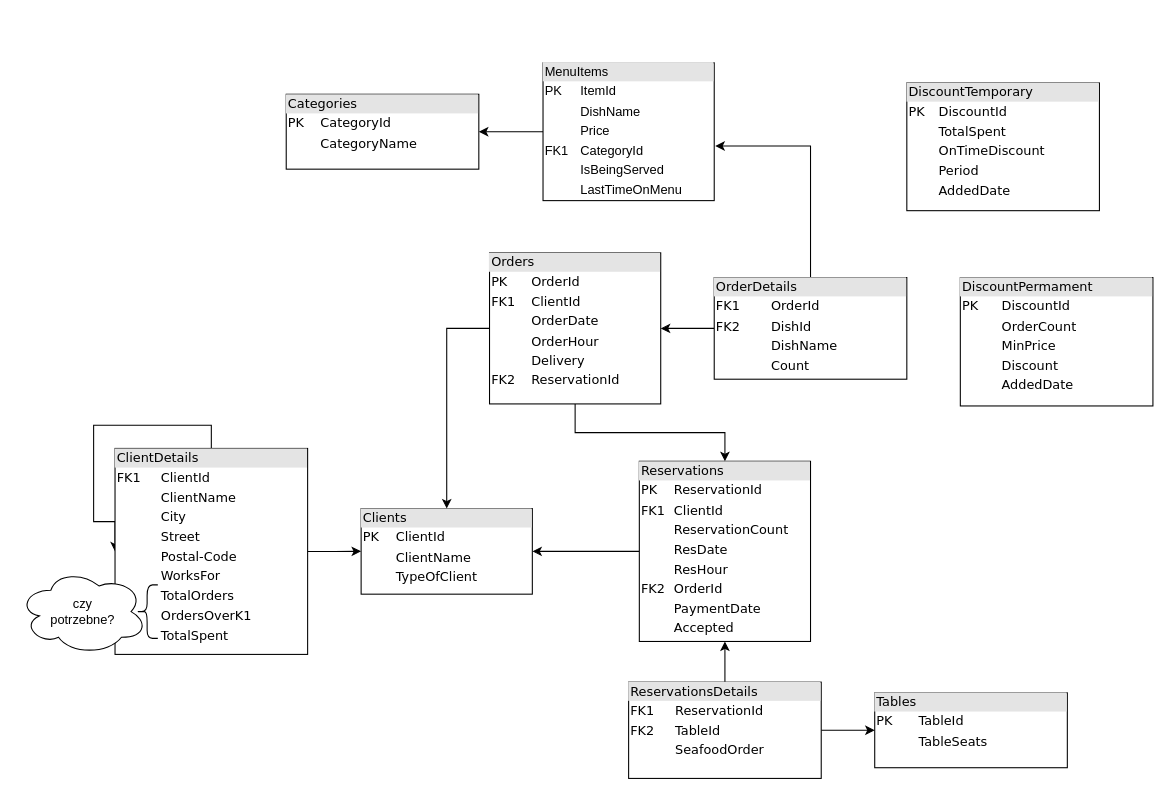
Before: DataBaseSchema.drawio in mczajor/DataBases, a draw.io diagram. Source tidied: cells renumbered, new cells numbered last; positions are measured from the earlier drawing's top-left corner, leaving out a move shared by most shapes. Both pictures are drawn from the tidied source at 107%, with x=0, y=0 at pixel (18, 62).
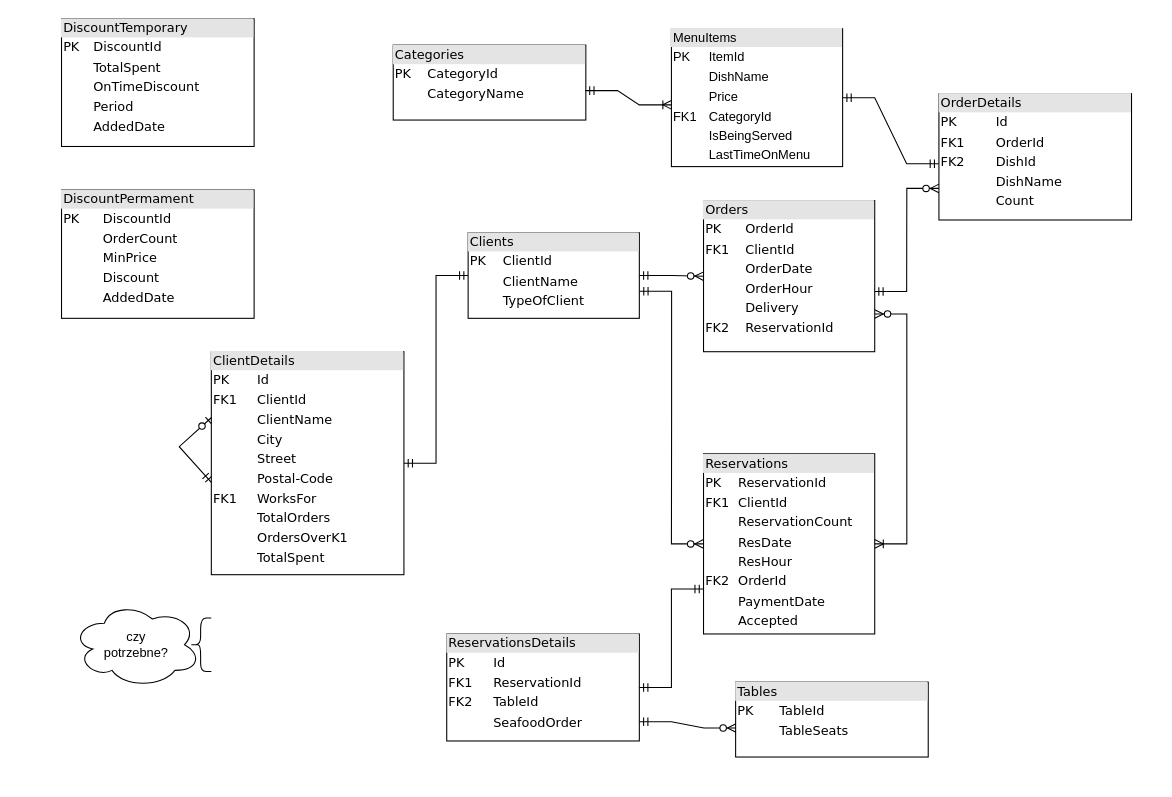
After the change.

What changed in the source:
```diff
@@
-    <mxCell id="2" style="edgeStyle=orthogonalEdgeStyle;rounded=0;jettySize=auto;html=1;entryX=1;entryY=0.5;entryDx=0;entryDy=0;" parent="1" edge="1" source="3" target="4">
-      <mxGeometry relative="1" as="geometry" />
-    </mxCell>
     <mxCell id="3" value="&lt;div style=&quot;box-sizing: border-box ; width: 100% ; background: #e4e4e4 ; padding: 2px&quot;&gt;Reservations&lt;br&gt;&lt;/div&gt;&lt;table style=&quot;width: 100% ; font-size: 1em&quot; cellspacing=&quot;0&quot; cellpadding=&quot;2&quot;&gt;&lt;tbody&gt;&lt;tr&gt;&lt;td&gt;PK&lt;br&gt;&lt;/td&gt;&lt;td&gt;ReservationId&lt;br&gt;&lt;/td&gt;&lt;/tr&gt;&lt;tr&gt;&lt;td&gt;FK1&lt;br&gt;&lt;/td&gt;&lt;td&gt;ClientId&lt;br&gt;&lt;/td&gt;&lt;/tr&gt;&lt;tr&gt;&lt;td&gt;&lt;br&gt;&lt;/td&gt;&lt;td&gt;ReservationCount&lt;br&gt;&lt;/td&gt;&lt;/tr&gt;&lt;tr&gt;&lt;td&gt;&lt;br&gt;&lt;/td&gt;&lt;td&gt;ResDate&lt;br&gt;&lt;/td&gt;&lt;/tr&gt;&lt;tr&gt;&lt;td&gt;&lt;br&gt;&lt;/td&gt;&lt;td&gt;ResHour&lt;br&gt;&lt;/td&gt;&lt;/tr&gt;&lt;tr&gt;&lt;td&gt;FK2&lt;br&gt;&lt;/td&gt;&lt;td&gt;OrderId&lt;br&gt;&lt;/td&gt;&lt;/tr&gt;&lt;tr&gt;&lt;td&gt;&lt;br&gt;&lt;/td&gt;&lt;td&gt;PaymentDate&lt;br&gt;&lt;/td&gt;&lt;/tr&gt;&lt;tr&gt;&lt;td&gt;&lt;br&gt;&lt;/td&gt;&lt;td&gt;Accepted&lt;br&gt;&lt;/td&gt;&lt;/tr&gt;&lt;/tbody&gt;&lt;/table&gt;" style="verticalAlign=top;align=left;overflow=fill;html=1;rounded=0;shadow=0;comic=0;labelBackgroundColor=none;strokeWidth=1;fontFamily=Verdana;fontSize=12;" parent="1" vertex="1">
-      <mxGeometry x="580" y="372.6" width="160" height="168.4" as="geometry" />
+      <mxGeometry x="640" y="365.6" width="160" height="168.4" as="geometry" />
     </mxCell>
     <mxCell id="4" value="&lt;div style=&quot;box-sizing: border-box ; width: 100% ; background: #e4e4e4 ; padding: 2px&quot;&gt;Clients&lt;/div&gt;&lt;table style=&quot;width: 100% ; font-size: 1em&quot; cellspacing=&quot;0&quot; cellpadding=&quot;2&quot;&gt;&lt;tbody&gt;&lt;tr&gt;&lt;td&gt;PK&lt;br&gt;&lt;/td&gt;&lt;td&gt;ClientId&lt;/td&gt;&lt;/tr&gt;&lt;tr&gt;&lt;td&gt;&lt;br&gt;&lt;/td&gt;&lt;td&gt;ClientName&lt;/td&gt;&lt;/tr&gt;&lt;tr&gt;&lt;td&gt;&lt;/td&gt;&lt;td&gt;TypeOfClient&lt;br&gt;&lt;/td&gt;&lt;/tr&gt;&lt;/tbody&gt;&lt;/table&gt;" style="verticalAlign=top;align=left;overflow=fill;html=1;rounded=0;shadow=0;comic=0;labelBackgroundColor=none;strokeWidth=1;fontFamily=Verdana;fontSize=12;" parent="1" vertex="1">
-      <mxGeometry x="320" y="416.8" width="160" height="80" as="geometry" />
+      <mxGeometry x="420" y="159" width="160" height="80" as="geometry" />
     </mxCell>
-    <mxCell id="5" style="edgeStyle=orthogonalEdgeStyle;rounded=0;jettySize=auto;html=1;entryX=0;entryY=0.5;entryDx=0;entryDy=0;" parent="1" edge="1" source="7" target="4">
-      <mxGeometry relative="1" as="geometry" />
-    </mxCell>
-    <mxCell id="6" style="edgeStyle=orthogonalEdgeStyle;rounded=0;orthogonalLoop=1;jettySize=auto;html=1;entryX=0;entryY=0.5;entryDx=0;entryDy=0;entryPerimeter=0;" parent="1" edge="1" source="7" target="7">
-      <mxGeometry relative="1" as="geometry">
-        <Array as="points">
-          <mxPoint x="180" y="339" />
-          <mxPoint x="70" y="339" />
-          <mxPoint x="70" y="429" />
-          <mxPoint x="90" y="429" />
-        </Array>
-      </mxGeometry>
-    </mxCell>
-    <mxCell id="7" value="&lt;div style=&quot;box-sizing: border-box ; width: 100% ; background: #e4e4e4 ; padding: 2px&quot;&gt;ClientDetails&lt;/div&gt;&lt;table style=&quot;width: 100% ; font-size: 1em&quot; cellspacing=&quot;0&quot; cellpadding=&quot;2&quot;&gt;&lt;tbody&gt;&lt;tr&gt;&lt;td&gt;FK1&lt;br&gt;&lt;/td&gt;&lt;td&gt;ClientId&lt;/td&gt;&lt;/tr&gt;&lt;tr&gt;&lt;td&gt;&lt;br&gt;&lt;/td&gt;&lt;td&gt;ClientName&lt;/td&gt;&lt;/tr&gt;&lt;tr&gt;&lt;td&gt;&lt;/td&gt;&lt;td&gt;City&lt;br&gt;&lt;/td&gt;&lt;/tr&gt;&lt;tr&gt;&lt;td&gt;&lt;br&gt;&lt;/td&gt;&lt;td&gt;Street&lt;br&gt;&lt;/td&gt;&lt;/tr&gt;&lt;tr&gt;&lt;td&gt;&lt;br&gt;&lt;/td&gt;&lt;td&gt;Postal-Code&lt;br&gt;&lt;/td&gt;&lt;/tr&gt;&lt;tr&gt;&lt;td&gt;&lt;br&gt;&lt;/td&gt;&lt;td&gt;WorksFor&lt;br&gt;&lt;/td&gt;&lt;/tr&gt;&lt;tr&gt;&lt;td&gt;&lt;br&gt;&lt;/td&gt;&lt;td&gt;TotalOrders&lt;br&gt;&lt;/td&gt;&lt;/tr&gt;&lt;tr&gt;&lt;td&gt;&lt;br&gt;&lt;/td&gt;&lt;td&gt;OrdersOverK1&lt;br&gt;&lt;/td&gt;&lt;/tr&gt;&lt;tr&gt;&lt;td&gt;&lt;br&gt;&lt;/td&gt;&lt;td&gt;TotalSpent&lt;br&gt;&lt;/td&gt;&lt;/tr&gt;&lt;/tbody&gt;&lt;/table&gt;" style="verticalAlign=top;align=left;overflow=fill;html=1;rounded=0;shadow=0;comic=0;labelBackgroundColor=none;strokeWidth=1;fontFamily=Verdana;fontSize=12;" parent="1" vertex="1">
-      <mxGeometry x="90" y="360.6" width="180" height="192.5" as="geometry" />
+    <mxCell id="7" value="&lt;div style=&quot;box-sizing: border-box ; width: 100% ; background: #e4e4e4 ; padding: 2px&quot;&gt;ClientDetails&lt;/div&gt;&lt;table style=&quot;width: 100% ; font-size: 1em&quot; cellspacing=&quot;0&quot; cellpadding=&quot;2&quot;&gt;&lt;tbody&gt;&lt;tr&gt;&lt;td&gt;PK&lt;br&gt;&lt;/td&gt;&lt;td&gt;Id&lt;br&gt;&lt;/td&gt;&lt;/tr&gt;&lt;tr&gt;&lt;td&gt;FK1&lt;br&gt;&lt;/td&gt;&lt;td&gt;ClientId&lt;/td&gt;&lt;/tr&gt;&lt;tr&gt;&lt;td&gt;&lt;br&gt;&lt;/td&gt;&lt;td&gt;ClientName&lt;/td&gt;&lt;/tr&gt;&lt;tr&gt;&lt;td&gt;&lt;/td&gt;&lt;td&gt;City&lt;br&gt;&lt;/td&gt;&lt;/tr&gt;&lt;tr&gt;&lt;td&gt;&lt;br&gt;&lt;/td&gt;&lt;td&gt;Street&lt;br&gt;&lt;/td&gt;&lt;/tr&gt;&lt;tr&gt;&lt;td&gt;&lt;br&gt;&lt;/td&gt;&lt;td&gt;Postal-Code&lt;br&gt;&lt;/td&gt;&lt;/tr&gt;&lt;tr&gt;&lt;td&gt;FK1&lt;br&gt;&lt;/td&gt;&lt;td&gt;WorksFor&lt;br&gt;&lt;/td&gt;&lt;/tr&gt;&lt;tr&gt;&lt;td&gt;&lt;br&gt;&lt;/td&gt;&lt;td&gt;TotalOrders&lt;br&gt;&lt;/td&gt;&lt;/tr&gt;&lt;tr&gt;&lt;td&gt;&lt;br&gt;&lt;/td&gt;&lt;td&gt;OrdersOverK1&lt;br&gt;&lt;/td&gt;&lt;/tr&gt;&lt;tr&gt;&lt;td&gt;&lt;br&gt;&lt;/td&gt;&lt;td&gt;TotalSpent&lt;br&gt;&lt;/td&gt;&lt;/tr&gt;&lt;/tbody&gt;&lt;/table&gt;" style="verticalAlign=top;align=left;overflow=fill;html=1;rounded=0;shadow=0;comic=0;labelBackgroundColor=none;strokeWidth=1;fontFamily=Verdana;fontSize=12;" parent="1" vertex="1">
+      <mxGeometry x="180" y="270.2" width="180" height="208.4" as="geometry" />
     </mxCell>
-    <mxCell id="8" style="edgeStyle=orthogonalEdgeStyle;rounded=0;jettySize=auto;html=1;exitX=0;exitY=0.5;exitDx=0;exitDy=0;" parent="1" edge="1" source="10" target="4">
-      <mxGeometry relative="1" as="geometry" />
-    </mxCell>
-    <mxCell id="9" style="edgeStyle=orthogonalEdgeStyle;rounded=0;jettySize=auto;html=1;" parent="1" edge="1" source="10" target="3">
-      <mxGeometry relative="1" as="geometry" />
-    </mxCell>
     <mxCell id="10" value="&lt;div style=&quot;box-sizing: border-box ; width: 100% ; background: #e4e4e4 ; padding: 2px&quot;&gt;Orders&lt;/div&gt;&lt;table style=&quot;width: 100% ; font-size: 1em&quot; cellspacing=&quot;0&quot; cellpadding=&quot;2&quot;&gt;&lt;tbody&gt;&lt;tr&gt;&lt;td&gt;PK&lt;br&gt;&lt;/td&gt;&lt;td&gt;OrderId&lt;br&gt;&lt;/td&gt;&lt;/tr&gt;&lt;tr&gt;&lt;td&gt;FK1&lt;br&gt;&lt;/td&gt;&lt;td&gt;ClientId&lt;br&gt;&lt;/td&gt;&lt;/tr&gt;&lt;tr&gt;&lt;td&gt;&lt;br&gt;&lt;/td&gt;&lt;td&gt;OrderDate&lt;br&gt;&lt;/td&gt;&lt;/tr&gt;&lt;tr&gt;&lt;td&gt;&lt;br&gt;&lt;/td&gt;&lt;td&gt;OrderHour&lt;br&gt;&lt;/td&gt;&lt;/tr&gt;&lt;tr&gt;&lt;td&gt;&lt;br&gt;&lt;/td&gt;&lt;td&gt;Delivery&lt;br&gt;&lt;/td&gt;&lt;/tr&gt;&lt;tr&gt;&lt;td&gt;FK2&lt;br&gt;&lt;/td&gt;&lt;td&gt;ReservationId&lt;br&gt;&lt;/td&gt;&lt;/tr&gt;&lt;/tbody&gt;&lt;/table&gt;" style="verticalAlign=top;align=left;overflow=fill;html=1;rounded=0;shadow=0;comic=0;labelBackgroundColor=none;strokeWidth=1;fontFamily=Verdana;fontSize=12;" parent="1" vertex="1">
-      <mxGeometry x="440" y="177.8" width="160" height="141.2" as="geometry" />
+      <mxGeometry x="640" y="129" width="160" height="141.2" as="geometry" />
     </mxCell>
     <mxCell id="11" value="&lt;div style=&quot;box-sizing:border-box;width:100%;background:#e4e4e4;padding:2px;&quot;&gt;Categories&lt;/div&gt;&lt;table style=&quot;width:100%;font-size:1em;&quot; cellspacing=&quot;0&quot; cellpadding=&quot;2&quot;&gt;&lt;tbody&gt;&lt;tr&gt;&lt;td&gt;PK&lt;br&gt;&lt;/td&gt;&lt;td&gt;CategoryId&lt;/td&gt;&lt;/tr&gt;&lt;tr&gt;&lt;td&gt;&lt;br&gt;&lt;/td&gt;&lt;td&gt;CategoryName&lt;/td&gt;&lt;/tr&gt;&lt;/tbody&gt;&lt;/table&gt;" style="verticalAlign=top;align=left;overflow=fill;html=1;rounded=0;shadow=0;comic=0;labelBackgroundColor=none;strokeWidth=1;fontFamily=Verdana;fontSize=12;" parent="1" vertex="1">
-      <mxGeometry x="250" y="29.6" width="180" height="70" as="geometry" />
+      <mxGeometry x="350" y="-16.3" width="180" height="70" as="geometry" />
     </mxCell>
-    <mxCell id="12" style="edgeStyle=orthogonalEdgeStyle;rounded=0;jettySize=auto;html=1;entryX=1;entryY=0.5;entryDx=0;entryDy=0;" parent="1" edge="1" source="14" target="10">
-      <mxGeometry relative="1" as="geometry" />
-    </mxCell>
-    <mxCell id="13" style="edgeStyle=orthogonalEdgeStyle;rounded=0;jettySize=auto;html=1;entryX=1.006;entryY=0.604;entryDx=0;entryDy=0;entryPerimeter=0;" parent="1" edge="1" source="14" target="20">
-      <mxGeometry relative="1" as="geometry" />
-    </mxCell>
-    <mxCell id="14" value="&lt;div style=&quot;box-sizing: border-box ; width: 100% ; background: #e4e4e4 ; padding: 2px&quot;&gt;OrderDetails&lt;/div&gt;&lt;table style=&quot;width: 100% ; font-size: 1em&quot; cellspacing=&quot;0&quot; cellpadding=&quot;2&quot;&gt;&lt;tbody&gt;&lt;tr&gt;&lt;td&gt;FK1&lt;br&gt;&lt;/td&gt;&lt;td&gt;OrderId&lt;br&gt;&lt;/td&gt;&lt;/tr&gt;&lt;tr&gt;&lt;td&gt;FK2&lt;br&gt;&lt;/td&gt;&lt;td&gt;DishId&lt;/td&gt;&lt;/tr&gt;&lt;tr&gt;&lt;td&gt;&lt;br&gt;&lt;/td&gt;&lt;td&gt;DishName&lt;br&gt;&lt;/td&gt;&lt;/tr&gt;&lt;tr&gt;&lt;td&gt;&lt;/td&gt;&lt;td&gt;Count&lt;/td&gt;&lt;/tr&gt;&lt;tr&gt;&lt;td&gt;&lt;br&gt;&lt;/td&gt;&lt;td&gt;&lt;br&gt;&lt;/td&gt;&lt;/tr&gt;&lt;/tbody&gt;&lt;/table&gt;" style="verticalAlign=top;align=left;overflow=fill;html=1;rounded=0;shadow=0;comic=0;labelBackgroundColor=none;strokeWidth=1;fontFamily=Verdana;fontSize=12;" parent="1" vertex="1">
-      <mxGeometry x="650" y="200.9" width="180" height="95" as="geometry" />
+    <mxCell id="14" value="&lt;div style=&quot;box-sizing: border-box ; width: 100% ; background: #e4e4e4 ; padding: 2px&quot;&gt;OrderDetails&lt;/div&gt;&lt;table style=&quot;width: 100% ; font-size: 1em&quot; cellspacing=&quot;0&quot; cellpadding=&quot;2&quot;&gt;&lt;tbody&gt;&lt;tr&gt;&lt;td&gt;PK&lt;br&gt;&lt;/td&gt;&lt;td&gt;Id&lt;br&gt;&lt;/td&gt;&lt;/tr&gt;&lt;tr&gt;&lt;td&gt;FK1&lt;br&gt;&lt;/td&gt;&lt;td&gt;OrderId&lt;br&gt;&lt;/td&gt;&lt;/tr&gt;&lt;tr&gt;&lt;td&gt;FK2&lt;br&gt;&lt;/td&gt;&lt;td&gt;DishId&lt;/td&gt;&lt;/tr&gt;&lt;tr&gt;&lt;td&gt;&lt;br&gt;&lt;/td&gt;&lt;td&gt;DishName&lt;br&gt;&lt;/td&gt;&lt;/tr&gt;&lt;tr&gt;&lt;td&gt;&lt;/td&gt;&lt;td&gt;Count&lt;/td&gt;&lt;/tr&gt;&lt;tr&gt;&lt;td&gt;&lt;br&gt;&lt;/td&gt;&lt;td&gt;&lt;br&gt;&lt;/td&gt;&lt;/tr&gt;&lt;/tbody&gt;&lt;/table&gt;" style="verticalAlign=top;align=left;overflow=fill;html=1;rounded=0;shadow=0;comic=0;labelBackgroundColor=none;strokeWidth=1;fontFamily=Verdana;fontSize=12;" parent="1" vertex="1">
+      <mxGeometry x="860" y="29" width="180" height="118.1" as="geometry" />
     </mxCell>
     <mxCell id="15" value="&lt;div style=&quot;box-sizing:border-box;width:100%;background:#e4e4e4;padding:2px;&quot;&gt;Tables&lt;/div&gt;&lt;table style=&quot;width:100%;font-size:1em;&quot; cellspacing=&quot;0&quot; cellpadding=&quot;2&quot;&gt;&lt;tbody&gt;&lt;tr&gt;&lt;td&gt;PK&lt;br&gt;&lt;/td&gt;&lt;td&gt;TableId&lt;/td&gt;&lt;/tr&gt;&lt;tr&gt;&lt;td&gt;&lt;br&gt;&lt;/td&gt;&lt;td&gt;TableSeats&lt;/td&gt;&lt;/tr&gt;&lt;/tbody&gt;&lt;/table&gt;" style="verticalAlign=top;align=left;overflow=fill;html=1;rounded=0;shadow=0;comic=0;labelBackgroundColor=none;strokeWidth=1;fontFamily=Verdana;fontSize=12;" parent="1" vertex="1">
-      <mxGeometry x="800" y="589" width="180" height="70" as="geometry" />
+      <mxGeometry x="670" y="579" width="180" height="70" as="geometry" />
     </mxCell>
-    <mxCell id="16" style="edgeStyle=orthogonalEdgeStyle;rounded=0;jettySize=auto;html=1;entryX=0.5;entryY=1;entryDx=0;entryDy=0;" parent="1" edge="1" source="18" target="3">
-      <mxGeometry relative="1" as="geometry" />
-    </mxCell>
-    <mxCell id="17" style="edgeStyle=orthogonalEdgeStyle;rounded=0;jettySize=auto;html=1;" parent="1" edge="1" source="18" target="15">
-      <mxGeometry relative="1" as="geometry" />
-    </mxCell>
-    <mxCell id="18" value="&lt;div style=&quot;box-sizing: border-box ; width: 100% ; background: #e4e4e4 ; padding: 2px&quot;&gt;ReservationsDetails&lt;/div&gt;&lt;table style=&quot;width: 100% ; font-size: 1em&quot; cellspacing=&quot;0&quot; cellpadding=&quot;2&quot;&gt;&lt;tbody&gt;&lt;tr&gt;&lt;td&gt;FK1&lt;br&gt;&lt;/td&gt;&lt;td&gt;ReservationId&lt;/td&gt;&lt;/tr&gt;&lt;tr&gt;&lt;td&gt;FK2&lt;br&gt;&lt;/td&gt;&lt;td&gt;TableId&lt;br&gt;&lt;/td&gt;&lt;/tr&gt;&lt;tr&gt;&lt;td&gt;&lt;br&gt;&lt;/td&gt;&lt;td&gt;SeafoodOrder&lt;br&gt;&lt;/td&gt;&lt;/tr&gt;&lt;/tbody&gt;&lt;/table&gt;" style="verticalAlign=top;align=left;overflow=fill;html=1;rounded=0;shadow=0;comic=0;labelBackgroundColor=none;strokeWidth=1;fontFamily=Verdana;fontSize=12;" parent="1" vertex="1">
-      <mxGeometry x="570" y="579" width="180" height="90" as="geometry" />
+    <mxCell id="18" value="&lt;div style=&quot;box-sizing: border-box ; width: 100% ; background: #e4e4e4 ; padding: 2px&quot;&gt;ReservationsDetails&lt;/div&gt;&lt;table style=&quot;width: 100% ; font-size: 1em&quot; cellspacing=&quot;0&quot; cellpadding=&quot;2&quot;&gt;&lt;tbody&gt;&lt;tr&gt;&lt;td&gt;PK&lt;br&gt;&lt;/td&gt;&lt;td&gt;Id&lt;br&gt;&lt;/td&gt;&lt;/tr&gt;&lt;tr&gt;&lt;td&gt;FK1&lt;br&gt;&lt;/td&gt;&lt;td&gt;ReservationId&lt;/td&gt;&lt;/tr&gt;&lt;tr&gt;&lt;td&gt;FK2&lt;br&gt;&lt;/td&gt;&lt;td&gt;TableId&lt;br&gt;&lt;/td&gt;&lt;/tr&gt;&lt;tr&gt;&lt;td&gt;&lt;br&gt;&lt;/td&gt;&lt;td&gt;SeafoodOrder&lt;br&gt;&lt;/td&gt;&lt;/tr&gt;&lt;/tbody&gt;&lt;/table&gt;" style="verticalAlign=top;align=left;overflow=fill;html=1;rounded=0;shadow=0;comic=0;labelBackgroundColor=none;strokeWidth=1;fontFamily=Verdana;fontSize=12;" parent="1" vertex="1">
+      <mxGeometry x="400" y="534" width="180" height="100" as="geometry" />
     </mxCell>
-    <mxCell id="19" style="edgeStyle=orthogonalEdgeStyle;rounded=0;jettySize=auto;html=1;exitX=0;exitY=0.5;exitDx=0;exitDy=0;entryX=1;entryY=0.5;entryDx=0;entryDy=0;" parent="1" edge="1" source="20" target="11">
-      <mxGeometry relative="1" as="geometry" />
-    </mxCell>
     <mxCell id="20" value="&lt;div style=&quot;box-sizing:border-box;width:100%;background:#e4e4e4;padding:2px;&quot;&gt;MenuItems&lt;/div&gt;&lt;table style=&quot;width:100%;font-size:1em;&quot; cellspacing=&quot;0&quot; cellpadding=&quot;2&quot;&gt;&lt;tbody&gt;&lt;tr&gt;&lt;td&gt;PK&lt;br&gt;&lt;/td&gt;&lt;td&gt;ItemId&lt;/td&gt;&lt;/tr&gt;&lt;tr&gt;&lt;td&gt;&lt;br&gt;&lt;/td&gt;&lt;td&gt;DishName&lt;br&gt;&lt;/td&gt;&lt;/tr&gt;&lt;tr&gt;&lt;td&gt;&lt;br&gt;&lt;/td&gt;&lt;td&gt;Price&lt;br&gt;&lt;/td&gt;&lt;/tr&gt;&lt;tr&gt;&lt;td&gt;FK1&lt;/td&gt;&lt;td&gt;CategoryId&lt;/td&gt;&lt;/tr&gt;&lt;tr&gt;&lt;td&gt;&lt;br&gt;&lt;/td&gt;&lt;td&gt;IsBeingServed&lt;br&gt;&lt;/td&gt;&lt;/tr&gt;&lt;tr&gt;&lt;td&gt;&lt;br&gt;&lt;/td&gt;&lt;td&gt;LastTimeOnMenu&lt;br&gt;&lt;/td&gt;&lt;/tr&gt;&lt;/tbody&gt;&lt;/table&gt;" style="verticalAlign=top;align=left;overflow=fill;html=1;" parent="1" vertex="1">
-      <mxGeometry x="490" y="0.2" width="160" height="128.8" as="geometry" />
+      <mxGeometry x="610" y="-31.6" width="160" height="128.8" as="geometry" />
     </mxCell>
@@
     <mxCell id="22" value="&lt;div&gt;czy &lt;br&gt;&lt;/div&gt;&lt;div&gt;potrzebne?&lt;br&gt;&lt;/div&gt;" style="ellipse;shape=cloud;whiteSpace=wrap;html=1;" parent="1" vertex="1">
-      <mxGeometry y="473.1" width="120" height="80" as="geometry" />
+      <mxGeometry x="50" y="504" width="120" height="80" as="geometry" />
     </mxCell>
     <mxCell id="23" style="shape=curlyBracket;whiteSpace=wrap;html=1;rounded=1;labelPosition=left;verticalLabelPosition=middle;align=right;verticalAlign=middle;size=0.5;" parent="1" vertex="1">
-      <mxGeometry x="110" y="488.1" width="20" height="50" as="geometry" />
+      <mxGeometry x="160" y="519" width="20" height="50" as="geometry" />
     </mxCell>
     <mxCell id="24" value="&lt;div style=&quot;box-sizing: border-box ; width: 100% ; background: #e4e4e4 ; padding: 2px&quot;&gt;DiscountPermament&lt;br&gt;&lt;/div&gt;&lt;table style=&quot;width: 100% ; font-size: 1em&quot; cellspacing=&quot;0&quot; cellpadding=&quot;2&quot;&gt;&lt;tbody&gt;&lt;tr&gt;&lt;td&gt;PK&lt;br&gt;&lt;/td&gt;&lt;td&gt;DiscountId&lt;/td&gt;&lt;/tr&gt;&lt;tr&gt;&lt;td&gt;&lt;br&gt;&lt;/td&gt;&lt;td&gt;OrderCount&lt;/td&gt;&lt;/tr&gt;&lt;tr&gt;&lt;td&gt;&lt;/td&gt;&lt;td&gt;MinPrice&lt;br&gt;&lt;/td&gt;&lt;/tr&gt;&lt;tr&gt;&lt;td&gt;&lt;br&gt;&lt;/td&gt;&lt;td&gt;Discount&lt;br&gt;&lt;/td&gt;&lt;/tr&gt;&lt;tr&gt;&lt;td&gt;&lt;br&gt;&lt;/td&gt;&lt;td&gt;AddedDate&lt;br&gt;&lt;/td&gt;&lt;/tr&gt;&lt;/tbody&gt;&lt;/table&gt;" style="verticalAlign=top;align=left;overflow=fill;html=1;rounded=0;shadow=0;comic=0;labelBackgroundColor=none;strokeWidth=1;fontFamily=Verdana;fontSize=12;" parent="1" vertex="1">
-      <mxGeometry x="880" y="200.9" width="180" height="120" as="geometry" />
+      <mxGeometry x="40" y="119" width="180" height="120" as="geometry" />
     </mxCell>
     <mxCell id="25" value="&lt;div style=&quot;box-sizing:border-box;width:100%;background:#e4e4e4;padding:2px;&quot;&gt;DiscountTemporary&lt;/div&gt;&lt;table style=&quot;width:100%;font-size:1em;&quot; cellspacing=&quot;0&quot; cellpadding=&quot;2&quot;&gt;&lt;tbody&gt;&lt;tr&gt;&lt;td&gt;PK&lt;br&gt;&lt;/td&gt;&lt;td&gt;DiscountId&lt;/td&gt;&lt;/tr&gt;&lt;tr&gt;&lt;td&gt;&lt;br&gt;&lt;/td&gt;&lt;td&gt;TotalSpent&lt;/td&gt;&lt;/tr&gt;&lt;tr&gt;&lt;td&gt;&lt;br&gt;&lt;/td&gt;&lt;td&gt;OnTimeDiscount&lt;br&gt;&lt;/td&gt;&lt;/tr&gt;&lt;tr&gt;&lt;td&gt;&lt;br&gt;&lt;/td&gt;&lt;td&gt;Period&lt;br&gt;&lt;/td&gt;&lt;/tr&gt;&lt;tr&gt;&lt;td&gt;&lt;br&gt;&lt;/td&gt;&lt;td&gt;AddedDate&lt;br&gt;&lt;/td&gt;&lt;/tr&gt;&lt;/tbody&gt;&lt;/table&gt;" style="verticalAlign=top;align=left;overflow=fill;html=1;rounded=0;shadow=0;comic=0;labelBackgroundColor=none;strokeWidth=1;fontFamily=Verdana;fontSize=12;" parent="1" vertex="1">
-      <mxGeometry x="830" y="19" width="180" height="119.4" as="geometry" />
+      <mxGeometry x="40" y="-41" width="180" height="119.4" as="geometry" />
     </mxCell>
+    <mxCell id="5" style="edgeStyle=entityRelationEdgeStyle;fontSize=12;html=1;endArrow=ERmandOne;startArrow=ERmandOne;rounded=0;exitX=1;exitY=0.5;exitDx=0;exitDy=0;entryX=0;entryY=0.5;entryDx=0;entryDy=0;" parent="1" edge="1" source="7" target="4">
+      <mxGeometry relative="1" as="geometry" />
+    </mxCell>
+    <mxCell id="26" style="edgeStyle=entityRelationEdgeStyle;fontSize=12;html=1;endArrow=ERoneToMany;startArrow=ERmandOne;rounded=0;exitX=0.998;exitY=0.607;exitDx=0;exitDy=0;exitPerimeter=0;entryX=0;entryY=0.552;entryDx=0;entryDy=0;entryPerimeter=0;" parent="1" edge="1" source="11" target="20">
+      <mxGeometry relative="1" as="geometry" />
+    </mxCell>
+    <mxCell id="27" style="edgeStyle=entityRelationEdgeStyle;fontSize=12;html=1;endArrow=ERmandOne;startArrow=ERmandOne;rounded=0;entryX=-0.001;entryY=0.555;entryDx=0;entryDy=0;entryPerimeter=0;exitX=1;exitY=0.5;exitDx=0;exitDy=0;" parent="1" edge="1" source="20" target="14">
+      <mxGeometry relative="1" as="geometry" />
+    </mxCell>
+    <mxCell id="28" style="edgeStyle=entityRelationEdgeStyle;fontSize=12;html=1;endArrow=ERzeroToMany;startArrow=ERmandOne;rounded=0;exitX=0.999;exitY=0.602;exitDx=0;exitDy=0;exitPerimeter=0;entryX=0;entryY=0.75;entryDx=0;entryDy=0;" parent="1" edge="1" source="10" target="14">
+      <mxGeometry relative="1" as="geometry" />
+    </mxCell>
+    <mxCell id="29" style="edgeStyle=entityRelationEdgeStyle;fontSize=12;html=1;endArrow=ERzeroToMany;startArrow=ERmandOne;rounded=0;entryX=0;entryY=0.5;entryDx=0;entryDy=0;exitX=1;exitY=0.5;exitDx=0;exitDy=0;" parent="1" edge="1" source="4" target="10">
+      <mxGeometry relative="1" as="geometry" />
+    </mxCell>
+    <mxCell id="30" style="edgeStyle=entityRelationEdgeStyle;fontSize=12;html=1;endArrow=ERzeroToMany;startArrow=ERmandOne;rounded=0;exitX=1.001;exitY=0.683;exitDx=0;exitDy=0;exitPerimeter=0;" parent="1" edge="1" source="4" target="3">
+      <mxGeometry relative="1" as="geometry" />
+    </mxCell>
+    <mxCell id="9" style="edgeStyle=entityRelationEdgeStyle;fontSize=12;html=1;endArrow=ERoneToMany;startArrow=ERzeroToMany;rounded=0;exitX=1;exitY=0.75;exitDx=0;exitDy=0;" parent="1" edge="1" source="10" target="3">
+      <mxGeometry relative="1" as="geometry" />
+    </mxCell>
+    <mxCell id="16" style="edgeStyle=entityRelationEdgeStyle;fontSize=12;html=1;endArrow=ERmandOne;startArrow=ERmandOne;rounded=0;entryX=0;entryY=0.75;entryDx=0;entryDy=0;" parent="1" edge="1" source="18" target="3">
+      <mxGeometry relative="1" as="geometry" />
+    </mxCell>
+    <mxCell id="17" style="edgeStyle=entityRelationEdgeStyle;fontSize=12;html=1;endArrow=ERzeroToMany;startArrow=ERmandOne;rounded=0;exitX=1;exitY=0.82;exitDx=0;exitDy=0;exitPerimeter=0;entryX=0.002;entryY=0.613;entryDx=0;entryDy=0;entryPerimeter=0;" parent="1" edge="1" source="18" target="15">
+      <mxGeometry relative="1" as="geometry" />
+    </mxCell>
+    <mxCell id="6" style="edgeStyle=entityRelationEdgeStyle;fontSize=12;html=1;endArrow=ERzeroToOne;startArrow=ERmandOne;rounded=0;entryX=0.001;entryY=0.295;entryDx=0;entryDy=0;entryPerimeter=0;exitX=0;exitY=0.586;exitDx=0;exitDy=0;exitPerimeter=0;" parent="1" edge="1" source="7" target="7">
+      <mxGeometry relative="1" as="geometry">
+        <Array as="points">
+          <mxPoint x="150" y="359" />
+        </Array>
+      </mxGeometry>
+    </mxCell>
```
